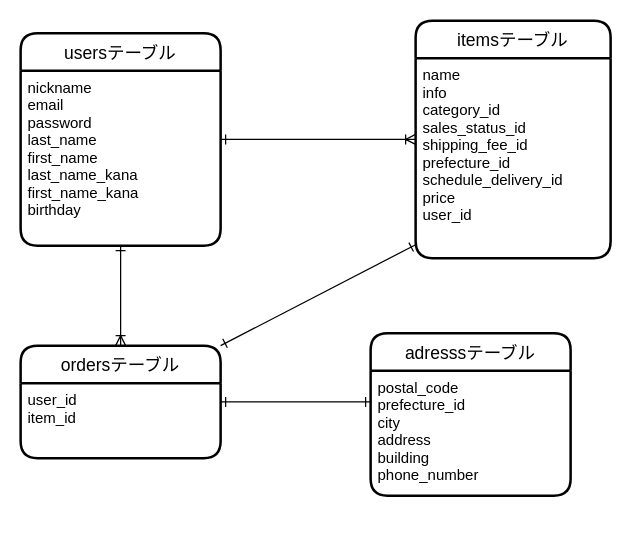
Before: er.dio in kohei-san/furima-34783, a draw.io diagram. Source tidied: cells renumbered, new cells numbered last; positions are measured from the earlier drawing's top-left corner, leaving out a move shared by most shapes. Both pictures are drawn from the tidied source at 125%, with x=0, y=0 at pixel (20, 20).
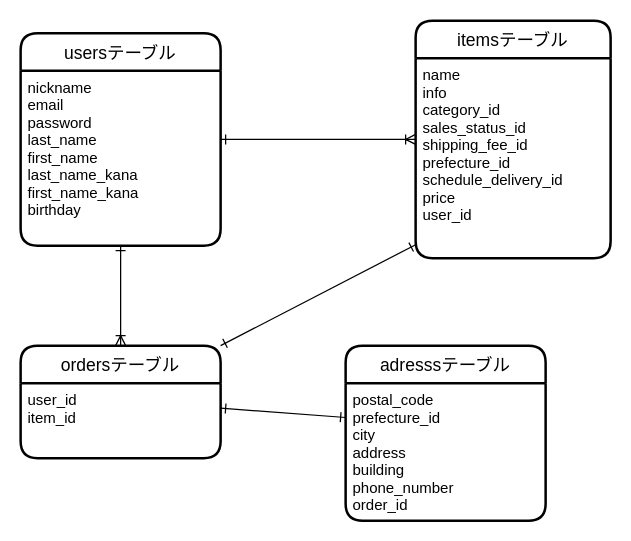
After the change.

Commit message (it also covers changes not shown here):
データベース設計修正4

Diff of the diagram source:
```diff
@@
 <mxGraphModel>
   <root>
     <mxCell id="0" />
     <mxCell id="1" parent="0" />
     <mxCell id="2" style="rounded=0;jettySize=auto;html=1;entryX=0;entryY=0.5;entryDx=0;entryDy=0;startArrow=ERone;startFill=0;endArrow=ERoneToMany;endFill=0;" parent="1" edge="1" source="3" target="5">
       <mxGeometry relative="1" as="geometry" />
     </mxCell>
     <mxCell id="3" value="usersテーブル" style="swimlane;horizontal=1;startSize=30;rounded=1;fontSize=14;fontStyle=0;strokeWidth=2;shadow=0;dashed=0;align=center;" parent="1" vertex="1">
       <mxGeometry y="10" width="160" height="170" as="geometry" />
     </mxCell>
     <mxCell id="4" value="nickname&#10;email&#10;password&#10;last_name&#10;first_name&#10;last_name_kana&#10;first_name_kana&#10;birthday" style="align=left;strokeColor=none;fillColor=none;spacingLeft=4;fontSize=12;verticalAlign=top;" parent="3" vertex="1">
       <mxGeometry y="30" width="160" height="140" as="geometry" />
     </mxCell>
     <mxCell id="5" value="itemsテーブル" style="swimlane;horizontal=1;startSize=30;rounded=1;fontSize=14;fontStyle=0;strokeWidth=2;shadow=0;dashed=0;align=center;" parent="1" vertex="1">
       <mxGeometry x="316" width="156" height="190" as="geometry" />
     </mxCell>
     <mxCell id="6" value="name&#10;info&#10;category_id&#10;sales_status_id&#10;shipping_fee_id&#10;prefecture_id&#10;schedule_delivery_id&#10;price&#10;user_id" style="align=left;strokeColor=none;fillColor=none;spacingLeft=4;fontSize=12;verticalAlign=top;" parent="5" vertex="1">
       <mxGeometry y="30" width="156" height="160" as="geometry" />
     </mxCell>
     <mxCell id="7" style="edgeStyle=none;rounded=0;jettySize=auto;html=1;exitX=1;exitY=0;exitDx=0;exitDy=0;entryX=0;entryY=0.933;entryDx=0;entryDy=0;entryPerimeter=0;startArrow=ERone;startFill=0;endArrow=ERone;endFill=0;" parent="1" edge="1" source="8" target="6">
       <mxGeometry relative="1" as="geometry" />
     </mxCell>
     <mxCell id="8" value="ordersテーブル" style="swimlane;horizontal=1;startSize=30;rounded=1;fontSize=14;fontStyle=0;strokeWidth=2;shadow=0;dashed=0;align=center;" parent="1" vertex="1">
       <mxGeometry y="260" width="160" height="90" as="geometry" />
     </mxCell>
     <mxCell id="9" value="user_id&#10;item_id" style="align=left;strokeColor=none;fillColor=none;spacingLeft=4;fontSize=12;verticalAlign=top;" parent="8" vertex="1">
       <mxGeometry y="30" width="160" height="60" as="geometry" />
     </mxCell>
     <mxCell id="10" value="adresssテーブル" style="swimlane;horizontal=1;startSize=30;rounded=1;fontSize=14;fontStyle=0;strokeWidth=2;shadow=0;dashed=0;align=center;" parent="1" vertex="1">
-      <mxGeometry x="280" y="250" width="160" height="130" as="geometry" />
+      <mxGeometry x="260" y="260" width="160" height="140" as="geometry" />
     </mxCell>
-    <mxCell id="11" value="postal_code&#10;prefecture_id&#10;city&#10;address&#10;building&#10;phone_number" style="align=left;strokeColor=none;fillColor=none;spacingLeft=4;fontSize=12;verticalAlign=top;" parent="10" vertex="1">
-      <mxGeometry y="30" width="160" height="100" as="geometry" />
+    <mxCell id="11" value="postal_code&#10;prefecture_id&#10;city&#10;address&#10;building&#10;phone_number&#10;order_id" style="align=left;strokeColor=none;fillColor=none;spacingLeft=4;fontSize=12;verticalAlign=top;" parent="10" vertex="1">
+      <mxGeometry y="30" width="160" height="110" as="geometry" />
     </mxCell>
     <mxCell id="12" style="edgeStyle=none;rounded=0;jettySize=auto;html=1;entryX=0.5;entryY=0;entryDx=0;entryDy=0;startArrow=ERone;startFill=0;endArrow=ERoneToMany;endFill=0;" parent="1" edge="1" source="4" target="8">
       <mxGeometry relative="1" as="geometry" />
     </mxCell>
-    <mxCell id="13" style="rounded=0;jettySize=auto;html=1;exitX=1;exitY=0.25;exitDx=0;exitDy=0;entryX=0;entryY=0.25;entryDx=0;entryDy=0;startArrow=ERone;startFill=0;endArrow=ERone;endFill=0;" parent="1" edge="1" source="9" target="11">
-      <mxGeometry relative="1" as="geometry" />
+    <mxCell id="13" style="rounded=0;jettySize=auto;html=1;entryX=0;entryY=0.25;entryDx=0;entryDy=0;startArrow=ERone;startFill=0;endArrow=ERone;endFill=0;" parent="1" edge="1" target="11">
+      <mxGeometry relative="1" as="geometry">
+        <mxPoint x="160" y="310" as="sourcePoint" />
+      </mxGeometry>
     </mxCell>
   </root>
 </mxGraphModel>
```
